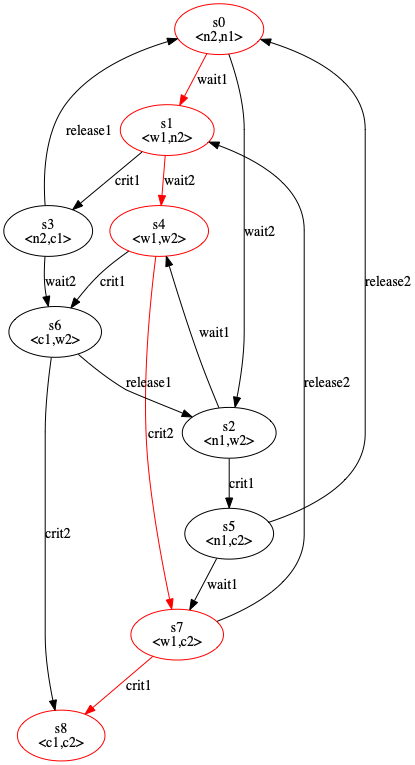
Above: transition_system_counterexample.gv.png in mzdachuizhang/Invariant_checking_by_DFS (Graphviz), before the change. Its source is kept beside it as transition_system_counterexample.gv.
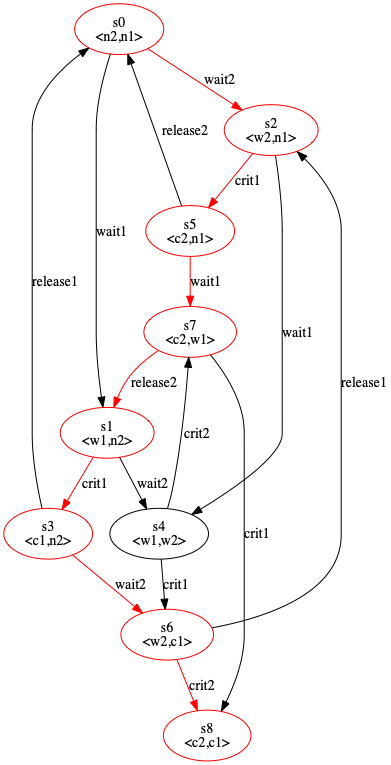
The same file after the commit.

Change to the diagram source:
```diff
@@ -1,36 +1,36 @@
 digraph {
 	s0 [label="s0
 <n2,n1>" color=red]
+	s2 [label="s2
+<w2,n1>" color=red]
+	s5 [label="s5
+<c2,n1>" color=red]
+	s7 [label="s7
+<c2,w1>" color=red]
 	s1 [label="s1
 <w1,n2>" color=red]
+	s3 [label="s3
+<c1,n2>" color=red]
+	s6 [label="s6
+<w2,c1>" color=red]
+	s8 [label="s8
+<c2,c1>" color=red]
 	s4 [label="s4
-<w1,w2>" color=red]
-	s7 [label="s7
-<w1,c2>" color=red]
-	s8 [label="s8
-<c1,c2>" color=red]
-	s2 [label="s2
-<n1,w2>"]
-	s3 [label="s3
-<n2,c1>"]
-	s5 [label="s5
-<n1,c2>"]
-	s6 [label="s6
-<c1,w2>"]
-	s0 -> s1 [label=wait1 color=red]
-	s0 -> s2 [label=wait2]
-	s1 -> s3 [label=crit1]
-	s1 -> s4 [label=wait2 color=red]
+<w1,w2>"]
+	s0 -> s1 [label=wait1]
+	s0 -> s2 [label=wait2 color=red]
+	s1 -> s3 [label=crit1 color=red]
+	s1 -> s4 [label=wait2]
 	s2 -> s4 [label=wait1]
-	s2 -> s5 [label=crit1]
+	s2 -> s5 [label=crit1 color=red]
 	s3 -> s0 [label=release1]
-	s3 -> s6 [label=wait2]
+	s3 -> s6 [label=wait2 color=red]
 	s4 -> s6 [label=crit1]
-	s4 -> s7 [label=crit2 color=red]
+	s4 -> s7 [label=crit2]
 	s5 -> s0 [label=release2]
-	s5 -> s7 [label=wait1]
+	s5 -> s7 [label=wait1 color=red]
 	s6 -> s2 [label=release1]
-	s7 -> s1 [label=release2]
-	s6 -> s8 [label=crit2]
-	s7 -> s8 [label=crit1 color=red]
+	s7 -> s1 [label=release2 color=red]
+	s6 -> s8 [label=crit2 color=red]
+	s7 -> s8 [label=crit1]
 }
```
